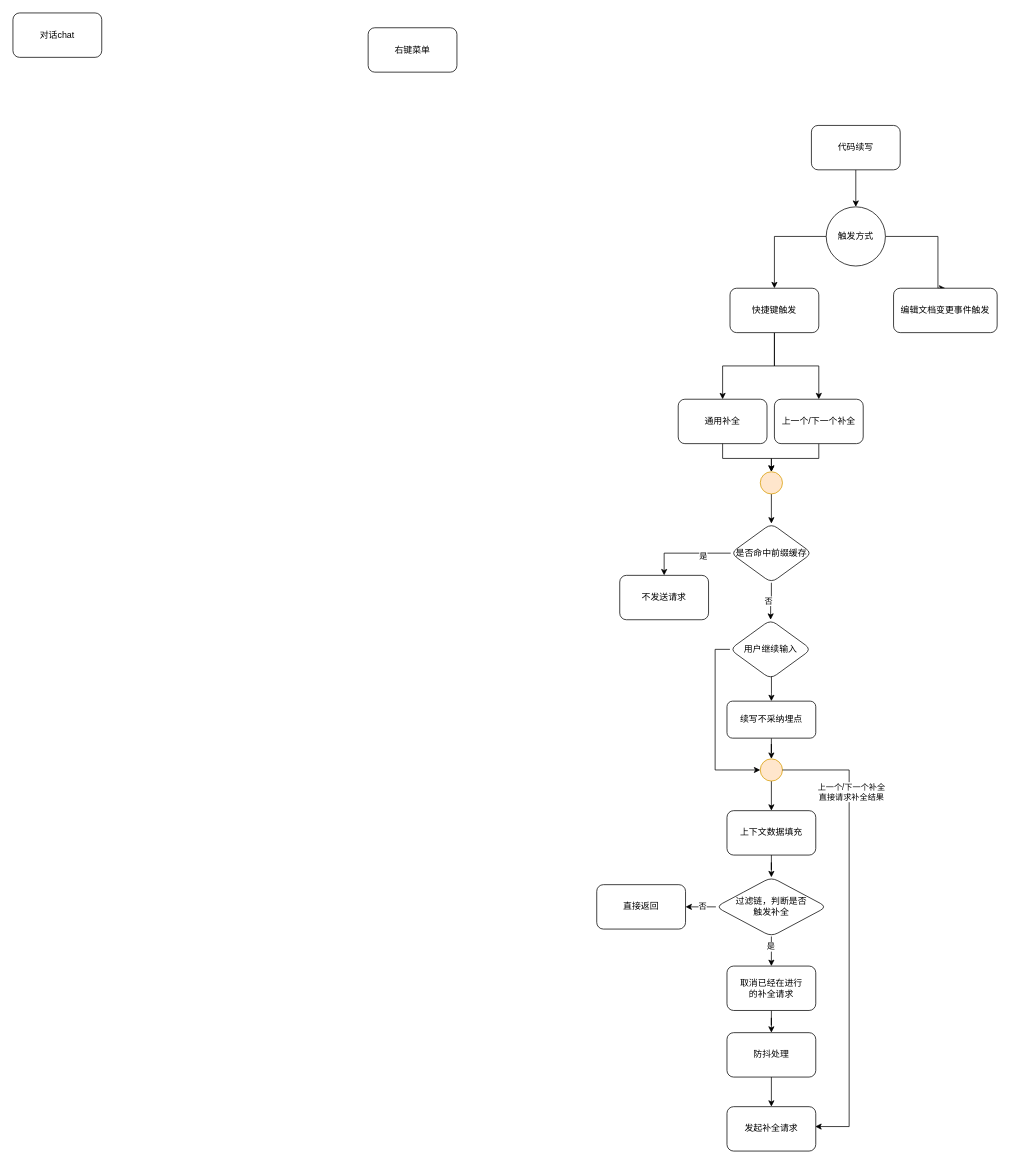
Earlier version of the draw.io diagram page "流程图" (1 of 2) of Hipilot插件开发.drawio (msb8080/my-diagrams). Source tidied: cells renumbered, new cells numbered last; positions are measured from the earlier drawing's top-left corner, leaving out a move shared by most shapes. Both pictures are drawn from the tidied source at 74%, with x=0, y=0 at pixel (13, 13).
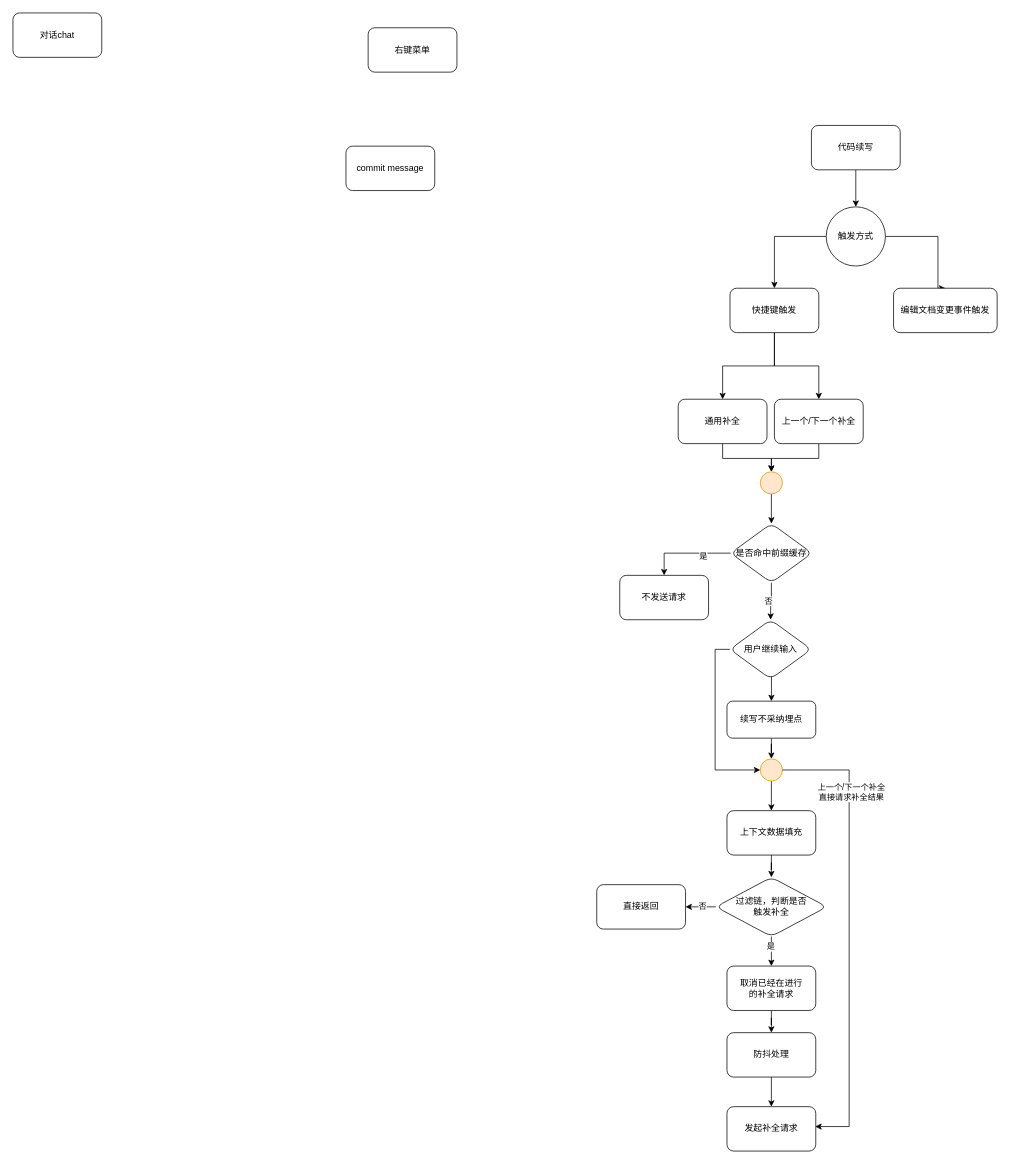
The same diagram, later.

The edit, as a diff of the source:
```diff
@@
+    <mxCell id="47" value="commit message" style="rounded=1;whiteSpace=wrap;html=1;" parent="1" vertex="1">
+      <mxGeometry x="450" y="180" width="120" height="60" as="geometry" />
+    </mxCell>
```
